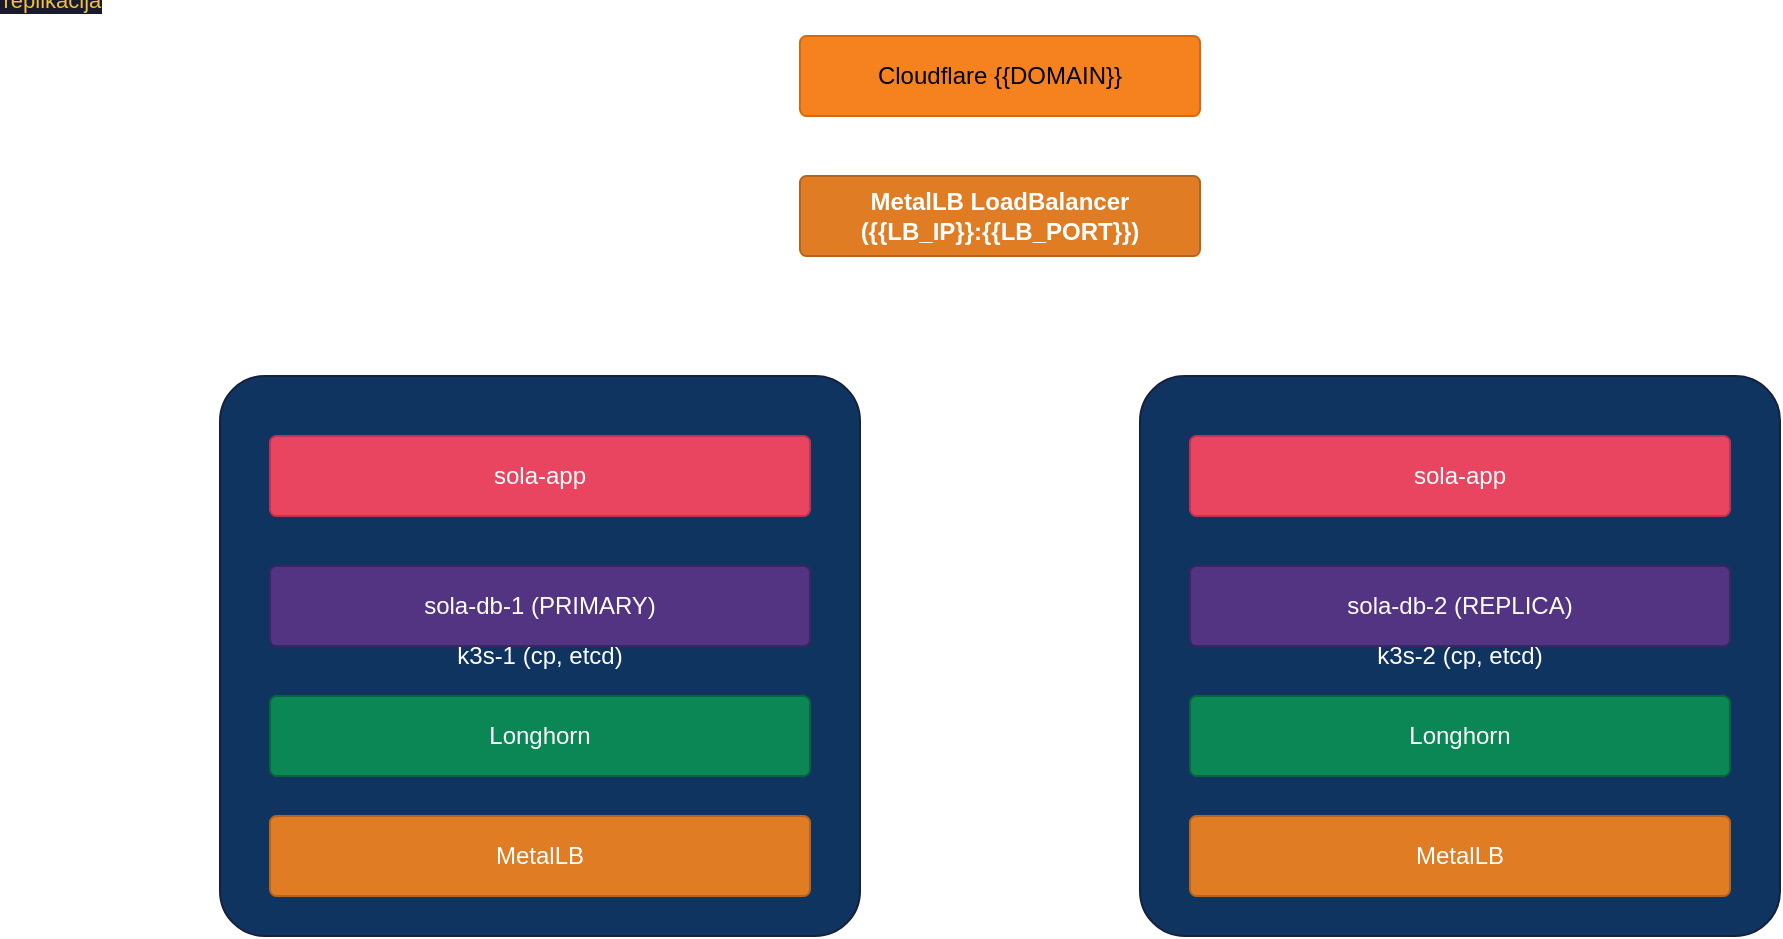
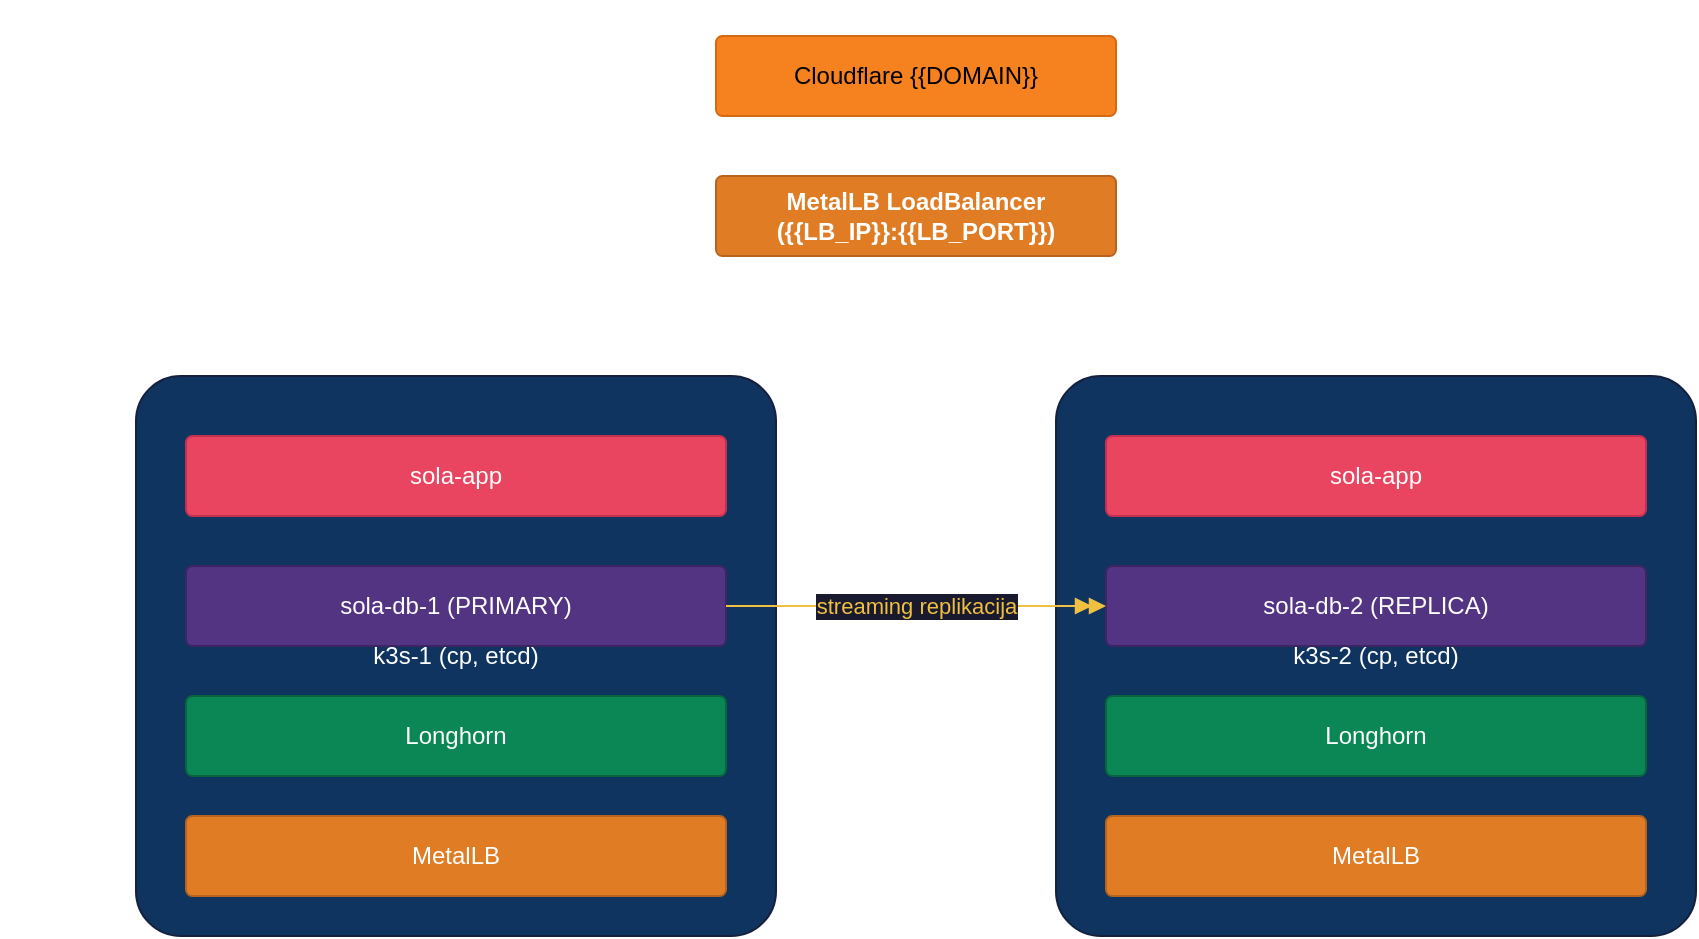
<mxfile host="app.diagrams.net" modified="2026-06-28T12:00:00.000Z" agent="Mozilla/5.0" version="24.0.0">
  <diagram id="k3s" name="K3s Setup">
    <mxGraphModel dx="0" dy="0" grid="1" gridSize="10" guides="1" tooltips="1" connect="1" arrows="1" fold="1" page="0" pageScale="1" pageWidth="1100" pageHeight="850" math="0" shadow="0">
      <root>
        <mxCell id="0" />
        <mxCell id="1" parent="0" />
        <mxCell id="cf6" value="Cloudflare {{DOMAIN}}" style="rounded=1;whiteSpace=wrap;html=1;fillColor=#f6821f;fontColor=#000000;strokeColor=#d46914;arcSize=8;" vertex="1" parent="1">
          <mxGeometry x="350" y="10" width="200" height="40" as="geometry" />
        </mxCell>
        <mxCell id="mlb6" value="MetalLB LoadBalancer&#10;({{LB_IP}}:{{LB_PORT}})" style="rounded=1;whiteSpace=wrap;html=1;fillColor=#e07c24;fontColor=#ffffff;strokeColor=#b8631d;arcSize=8;fontStyle=1;" vertex="1" parent="1">
          <mxGeometry x="350" y="80" width="200" height="40" as="geometry" />
        </mxCell>
        <mxCell id="k1_6" value="k3s-1 (cp, etcd)" style="rounded=1;whiteSpace=wrap;html=1;fillColor=#0f3460;fontColor=#ffffff;strokeColor=#16213e;arcSize=8;" vertex="1" parent="1">
          <mxGeometry x="60" y="180" width="320" height="280" as="geometry" />
        </mxCell>
        <mxCell id="k2_6" value="k3s-2 (cp, etcd)" style="rounded=1;whiteSpace=wrap;html=1;fillColor=#0f3460;fontColor=#ffffff;strokeColor=#16213e;arcSize=8;" vertex="1" parent="1">
          <mxGeometry x="520" y="180" width="320" height="280" as="geometry" />
        </mxCell>
        <mxCell id="sa1_6" value="sola-app" style="rounded=1;whiteSpace=wrap;html=1;fillColor=#e94560;fontColor=#ffffff;strokeColor=#c23152;arcSize=8;" vertex="1" parent="1">
          <mxGeometry x="85" y="210" width="270" height="40" as="geometry" />
        </mxCell>
        <mxCell id="db1_6" value="sola-db-1 (PRIMARY)" style="rounded=1;whiteSpace=wrap;html=1;fillColor=#533483;fontColor=#ffffff;strokeColor=#3d2563;arcSize=8;" vertex="1" parent="1">
          <mxGeometry x="85" y="275" width="270" height="40" as="geometry" />
        </mxCell>
        <mxCell id="lh1_6" value="Longhorn" style="rounded=1;whiteSpace=wrap;html=1;fillColor=#0a8754;fontColor=#ffffff;strokeColor=#08643e;arcSize=8;" vertex="1" parent="1">
          <mxGeometry x="85" y="340" width="270" height="40" as="geometry" />
        </mxCell>
        <mxCell id="mlb1_6" value="MetalLB" style="rounded=1;whiteSpace=wrap;html=1;fillColor=#e07c24;fontColor=#ffffff;strokeColor=#b8631d;arcSize=8;" vertex="1" parent="1">
          <mxGeometry x="85" y="400" width="270" height="40" as="geometry" />
        </mxCell>
        <mxCell id="sa2_6" value="sola-app" style="rounded=1;whiteSpace=wrap;html=1;fillColor=#e94560;fontColor=#ffffff;strokeColor=#c23152;arcSize=8;" vertex="1" parent="1">
          <mxGeometry x="545" y="210" width="270" height="40" as="geometry" />
        </mxCell>
        <mxCell id="db2_6" value="sola-db-2 (REPLICA)" style="rounded=1;whiteSpace=wrap;html=1;fillColor=#533483;fontColor=#ffffff;strokeColor=#3d2563;arcSize=8;" vertex="1" parent="1">
          <mxGeometry x="545" y="275" width="270" height="40" as="geometry" />
        </mxCell>
        <mxCell id="lh2_6" value="Longhorn" style="rounded=1;whiteSpace=wrap;html=1;fillColor=#0a8754;fontColor=#ffffff;strokeColor=#08643e;arcSize=8;" vertex="1" parent="1">
          <mxGeometry x="545" y="340" width="270" height="40" as="geometry" />
        </mxCell>
        <mxCell id="mlb2_6" value="MetalLB" style="rounded=1;whiteSpace=wrap;html=1;fillColor=#e07c24;fontColor=#ffffff;strokeColor=#b8631d;arcSize=8;" vertex="1" parent="1">
          <mxGeometry x="545" y="400" width="270" height="40" as="geometry" />
        </mxCell>
-         <mxCell id="rep6" value="streaming replikacija" style="edgeStyle=orthogonalEdgeStyle;rounded=0;orthogonalLoop=1;jettySize=auto;html=1;endArrow=doubleBlock;endFill=1;strokeColor=#f0c040;fontColor=#f0c040;fontSize=11;verticalLabelPosition=middle;labelPosition=center;verticalAlign=middle;align=center;labelBackgroundColor=#1a1a2e;" edge="1" parent="1" source="db1_6" target="db2_6" />
+         <mxCell id="rep6" value="streaming replikacija" style="edgeStyle=orthogonalEdgeStyle;rounded=0;orthogonalLoop=1;jettySize=auto;html=1;endArrow=doubleBlock;endFill=1;strokeColor=#f0c040;fontColor=#f0c040;fontSize=11;verticalLabelPosition=middle;labelPosition=center;verticalAlign=middle;align=center;labelBackgroundColor=#1a1a2e;" edge="1" parent="1" source="db1_6" target="db2_6">
+           <mxGeometry relative="1" as="geometry">
+             <mxPoint as="offset" />
+           </mxGeometry>
+         </mxCell>
        <mxCell id="a1_6" style="edgeStyle=orthogonalEdgeStyle;rounded=0;orthogonalLoop=1;jettySize=auto;html=1;strokeColor=#cccccc;" edge="1" parent="1" source="cf6" target="mlb6" />
        <mxCell id="a2_6" style="edgeStyle=orthogonalEdgeStyle;rounded=0;orthogonalLoop=1;jettySize=auto;html=1;strokeColor=#cccccc;" edge="1" parent="1" source="mlb6" target="k1_6" />
        <mxCell id="a3_6" style="edgeStyle=orthogonalEdgeStyle;rounded=0;orthogonalLoop=1;jettySize=auto;html=1;strokeColor=#cccccc;" edge="1" parent="1" source="mlb6" target="k2_6" />
      </root>
    </mxGraphModel>
  </diagram>
</mxfile>